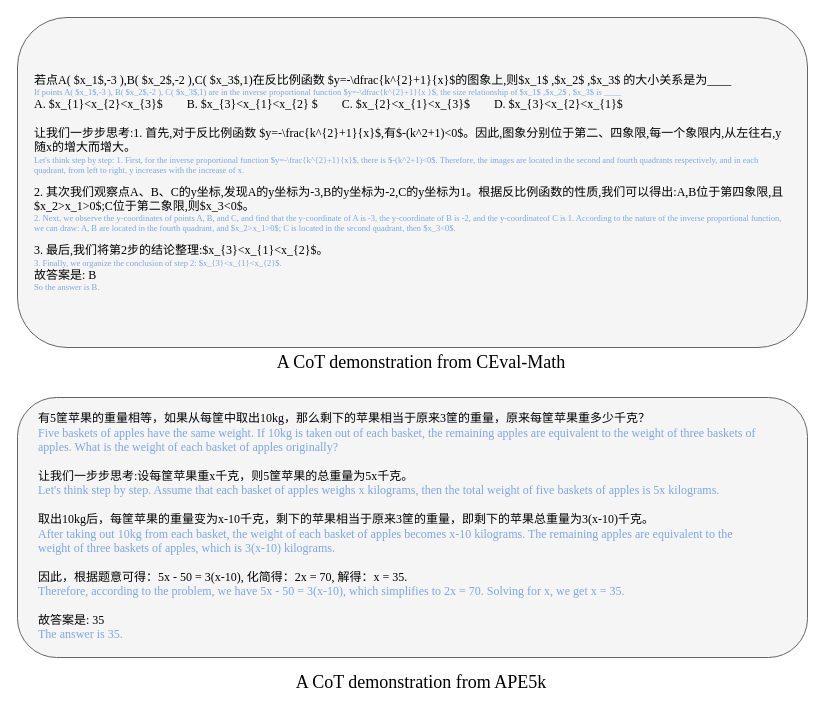
This is cot_demo.drawio from ZhangHammer/ZhangHammer, a draw.io file, before an edit. Source tidied: cells renumbered, new cells numbered last; positions are measured from the earlier drawing's top-left corner, leaving out a move shared by most shapes. Both pictures are drawn from the tidied source at 100%, with x=0, y=0 at pixel (17, 17).
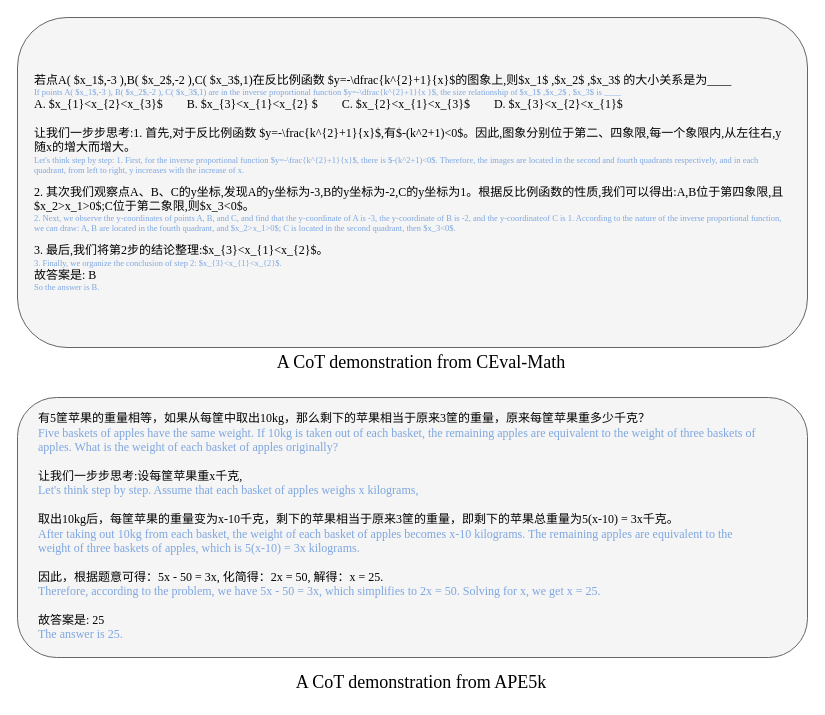
The same page after the edit.

What changed in the source:
```diff
@@
 <mxGraphModel>
   <root>
     <mxCell id="0" />
     <mxCell id="1" parent="0" />
     <mxCell id="2" style="rounded=1;whiteSpace=wrap;html=1;fillColor=#f5f5f5;fontColor=#333333;strokeColor=#666666;" parent="1" vertex="1">
       <mxGeometry width="790" height="330" as="geometry" />
     </mxCell>
     <mxCell id="3" value="&lt;font face=&quot;Times New Roman&quot;&gt;若点A( $x_1$,-3 ),B( $x_2$,-2 ),C( $x_3$,1)在反比例函数 $y=-\dfrac{k^{2}+1}{x}$的图象上,则$x_1$ ,$x_2$ ,$x_3$ 的大小关系是为____&lt;/font&gt;&lt;p style=&quot;margin: 0px; font-variant-numeric: normal; font-variant-east-asian: normal; font-variant-alternates: normal; font-kerning: auto; font-optical-sizing: auto; font-feature-settings: normal; font-variation-settings: normal; font-stretch: normal; font-size: 8.5px; line-height: normal; color: rgb(126, 167, 225);&quot; class=&quot;p2&quot;&gt;&lt;font face=&quot;Times New Roman&quot;&gt;If points A( $x_1$,-3 ), B( $x_2$,-2 ), C( $x_3$,1) are in the inverse proportional function $y=-\dfrac{k^{2}+1}{x }$, the size relationship of $x_1$ ,&lt;span style=&quot;background-color: initial;&quot;&gt;$x_2$ , $x_3$ is ____&lt;/span&gt;&lt;/font&gt;&lt;/p&gt;&lt;font face=&quot;Times New Roman&quot;&gt;A. $x_{1}&amp;lt;x_{2}&amp;lt;x_{3}$&amp;nbsp; &amp;nbsp; &amp;nbsp; &amp;nbsp; B. $x_{3}&amp;lt;x_{1}&amp;lt;x_{2} $&amp;nbsp; &amp;nbsp; &amp;nbsp; &amp;nbsp; C. $x_{2}&amp;lt;x_{1}&amp;lt;x_{3}$&amp;nbsp; &amp;nbsp; &amp;nbsp; &amp;nbsp; D. $x_{3}&amp;lt;x_{2}&amp;lt;x_{1}$&lt;br&gt;&lt;br&gt;让我们一步步思考:1. 首先,对于反比例函数 $y=-\frac{k^{2}+1}{x}$,有$-(k^2+1)&amp;lt;0$。因此,图象分别位于第二、四象限,每一个象限内,从左往右,y随x的增大而增大。&lt;/font&gt;&lt;p style=&quot;margin: 0px; font-variant-numeric: normal; font-variant-east-asian: normal; font-variant-alternates: normal; font-kerning: auto; font-optical-sizing: auto; font-feature-settings: normal; font-variation-settings: normal; font-stretch: normal; font-size: 8.5px; line-height: normal; color: rgb(126, 167, 225);&quot; class=&quot;p2&quot;&gt;&lt;font face=&quot;Times New Roman&quot;&gt;Let's think step by step: 1. First, for the inverse proportional function $y=-\frac{k^{2}+1}{x}$, there is $-(k^2+1)&amp;lt;0$. Therefore, the images are located&amp;nbsp;&lt;span style=&quot;background-color: initial;&quot;&gt;in the second and fourth quadrants respectively, and in each quadrant, from left to right, y increases with the increase of x.&lt;/span&gt;&lt;/font&gt;&lt;/p&gt;&lt;p style=&quot;margin: 0px; font-variant-numeric: normal; font-variant-east-asian: normal; font-variant-alternates: normal; font-kerning: auto; font-optical-sizing: auto; font-feature-settings: normal; font-variation-settings: normal; font-stretch: normal; font-size: 8.5px; line-height: normal; color: rgb(126, 167, 225);&quot; class=&quot;p2&quot;&gt;&lt;span style=&quot;background-color: initial;&quot;&gt;&lt;font face=&quot;Times New Roman&quot;&gt;&lt;br&gt;&lt;/font&gt;&lt;/span&gt;&lt;/p&gt;&lt;font face=&quot;Times New Roman&quot;&gt;2. 其次我们观察点A、B、C的y坐标,发现A的y坐标为-3,B的y坐标为-2,C的y坐标为1。根据反比例函数的性质,我们可以得出:A,B位于第四象限,且&lt;br&gt;$x_2&amp;gt;x_1&amp;gt;0$;C位于第二象限,则$x_3&amp;lt;0$。&lt;/font&gt;&lt;p style=&quot;margin: 0px; font-variant-numeric: normal; font-variant-east-asian: normal; font-variant-alternates: normal; font-kerning: auto; font-optical-sizing: auto; font-feature-settings: normal; font-variation-settings: normal; font-stretch: normal; font-size: 8.5px; line-height: normal; color: rgb(126, 167, 225);&quot; class=&quot;p2&quot;&gt;&lt;font face=&quot;Times New Roman&quot;&gt;2. Next, we observe the y-coordinates of points A, B, and C, and find that the y-coordinate of A is -3, the y-coordinate of B is -2, and the y-coordinate&lt;span style=&quot;background-color: initial;&quot;&gt;of C is 1. According to the nature of the inverse proportional function, we can draw: A, B are located in the fourth quadrant, and $x_2&amp;gt;x_1&amp;gt;0$; C is&amp;nbsp;&lt;/span&gt;&lt;span style=&quot;background-color: initial;&quot;&gt;located in the second quadrant, then $x_3&amp;lt;0$.&lt;/span&gt;&lt;/font&gt;&lt;/p&gt;&lt;p style=&quot;margin: 0px; font-variant-numeric: normal; font-variant-east-asian: normal; font-variant-alternates: normal; font-kerning: auto; font-optical-sizing: auto; font-feature-settings: normal; font-variation-settings: normal; font-stretch: normal; font-size: 8.5px; line-height: normal; color: rgb(126, 167, 225);&quot; class=&quot;p2&quot;&gt;&lt;span style=&quot;background-color: initial;&quot;&gt;&lt;font face=&quot;Times New Roman&quot;&gt;&lt;br&gt;&lt;/font&gt;&lt;/span&gt;&lt;/p&gt;&lt;font face=&quot;Times New Roman&quot;&gt;3. 最后,我们将第2步的结论整理:$x_{3}&amp;lt;x_{1}&amp;lt;x_{2}$。&lt;/font&gt;&lt;p style=&quot;margin: 0px; font-variant-numeric: normal; font-variant-east-asian: normal; font-variant-alternates: normal; font-kerning: auto; font-optical-sizing: auto; font-feature-settings: normal; font-variation-settings: normal; font-stretch: normal; font-size: 8.5px; line-height: normal; color: rgb(126, 167, 225);&quot; class=&quot;p2&quot;&gt;&lt;font face=&quot;Times New Roman&quot;&gt;3. Finally, we organize the conclusion of step 2: $x_{3}&amp;lt;x_{1}&amp;lt;x_{2}$.&lt;/font&gt;&lt;/p&gt;&lt;font face=&quot;Times New Roman&quot;&gt;故答案是: B&lt;/font&gt;&lt;p style=&quot;margin: 0px; font-variant-numeric: normal; font-variant-east-asian: normal; font-variant-alternates: normal; font-kerning: auto; font-optical-sizing: auto; font-feature-settings: normal; font-variation-settings: normal; font-stretch: normal; font-size: 8.5px; line-height: normal; color: rgb(126, 167, 225);&quot; class=&quot;p2&quot;&gt;&lt;font face=&quot;Times New Roman&quot;&gt;So the answer is B.&lt;/font&gt;&lt;/p&gt;" style="text;html=1;strokeColor=none;fillColor=none;align=left;verticalAlign=middle;whiteSpace=wrap;rounded=0;" parent="1" vertex="1">
       <mxGeometry x="15" y="15" width="760" height="300" as="geometry" />
     </mxCell>
     <mxCell id="4" value="&lt;font face=&quot;Times New Roman&quot; style=&quot;font-size: 18px;&quot;&gt;A CoT demonstration from CEval-Math&lt;/font&gt;" style="text;html=1;strokeColor=none;fillColor=none;align=center;verticalAlign=middle;whiteSpace=wrap;rounded=0;" parent="1" vertex="1">
       <mxGeometry x="249" y="330" width="310" height="30" as="geometry" />
     </mxCell>
     <mxCell id="5" style="rounded=1;whiteSpace=wrap;html=1;fillColor=#f5f5f5;fontColor=#333333;strokeColor=#666666;" parent="1" vertex="1">
       <mxGeometry y="380" width="790" height="260" as="geometry" />
     </mxCell>
-    <mxCell id="6" value="&lt;div style=&quot;text-align: left;&quot;&gt;&lt;span style=&quot;background-color: initial;&quot;&gt;&lt;font face=&quot;Times New Roman&quot;&gt;有5筐苹果的重量相等，如果从每筐中取出10kg，那么剩下的苹果相当于原来3筐的重量，原来每筐苹果重多少千克？&lt;/font&gt;&lt;/span&gt;&lt;/div&gt;&lt;div style=&quot;text-align: left;&quot;&gt;&lt;span style=&quot;background-color: initial;&quot;&gt;&lt;font face=&quot;Times New Roman&quot; color=&quot;#7ea6e0&quot;&gt;Five baskets of apples have the same weight. If 10kg is taken out of each basket, the remaining apples are equivalent to the weight of three baskets of apples. What is the weight of each basket of apples originally?&lt;/font&gt;&lt;/span&gt;&lt;/div&gt;&lt;div style=&quot;text-align: left;&quot;&gt;&lt;span style=&quot;background-color: initial;&quot;&gt;&lt;font face=&quot;Times New Roman&quot;&gt;&lt;br&gt;&lt;/font&gt;&lt;/span&gt;&lt;/div&gt;&lt;div style=&quot;text-align: left;&quot;&gt;&lt;font face=&quot;Times New Roman&quot;&gt;&lt;span style=&quot;background-color: initial;&quot;&gt;让我们一步步思考:&lt;/span&gt;&lt;span style=&quot;background-color: initial;&quot;&gt;设每筐苹果重x千克，则5筐苹果的总重量为5x千克。&lt;/span&gt;&lt;/font&gt;&lt;/div&gt;&lt;div style=&quot;text-align: left;&quot;&gt;&lt;span style=&quot;background-color: initial;&quot;&gt;&lt;font face=&quot;Times New Roman&quot; color=&quot;#7ea6e0&quot;&gt;Let's think step by step. Assume that each basket of apples weighs x kilograms, then the total weight of five baskets of apples is 5x kilograms.&lt;/font&gt;&lt;/span&gt;&lt;/div&gt;&lt;div style=&quot;text-align: left;&quot;&gt;&lt;span style=&quot;background-color: initial;&quot;&gt;&lt;font face=&quot;Times New Roman&quot;&gt;&lt;br&gt;&lt;/font&gt;&lt;/span&gt;&lt;/div&gt;&lt;div style=&quot;text-align: left;&quot;&gt;&lt;span style=&quot;background-color: initial;&quot;&gt;&lt;font face=&quot;Times New Roman&quot;&gt;取出10kg后，每筐苹果的重量变为x-10千克，剩下的苹果相当于原来3筐的重量，即剩下的苹果总重量为3(x-10)千克。&lt;/font&gt;&lt;/span&gt;&lt;/div&gt;&lt;div style=&quot;text-align: left;&quot;&gt;&lt;span style=&quot;background-color: initial;&quot;&gt;&lt;font face=&quot;Times New Roman&quot; color=&quot;#7ea6e0&quot;&gt;After taking out 10kg from each basket, the weight of each basket of apples becomes x-10 kilograms. The remaining apples are equivalent to the weight of three baskets of apples, which is 3(x-10) kilograms.&lt;/font&gt;&lt;/span&gt;&lt;/div&gt;&lt;div style=&quot;text-align: left;&quot;&gt;&lt;span style=&quot;background-color: initial;&quot;&gt;&lt;font face=&quot;Times New Roman&quot;&gt;&lt;br&gt;&lt;/font&gt;&lt;/span&gt;&lt;/div&gt;&lt;div style=&quot;text-align: left;&quot;&gt;&lt;font face=&quot;Times New Roman&quot;&gt;&lt;span style=&quot;background-color: initial;&quot;&gt;因此，根据题意可得：5x - 50 = 3(x-10),&amp;nbsp;化简得：2x = 70,&amp;nbsp;&lt;/span&gt;&lt;span style=&quot;background-color: initial;&quot;&gt;解得：x = 35.&lt;/span&gt;&lt;/font&gt;&lt;/div&gt;&lt;div style=&quot;text-align: left;&quot;&gt;&lt;span style=&quot;background-color: initial;&quot;&gt;&lt;font face=&quot;Times New Roman&quot; color=&quot;#7ea6e0&quot;&gt;Therefore, according to the problem, we have 5x - 50 = 3(x-10), which simplifies to 2x = 70. Solving for x, we get x = 35.&lt;/font&gt;&lt;/span&gt;&lt;/div&gt;&lt;div style=&quot;text-align: left;&quot;&gt;&lt;span style=&quot;background-color: initial;&quot;&gt;&lt;font face=&quot;Times New Roman&quot;&gt;&lt;br&gt;&lt;/font&gt;&lt;/span&gt;&lt;/div&gt;&lt;div style=&quot;text-align: left;&quot;&gt;&lt;font face=&quot;Times New Roman&quot;&gt;&lt;span style=&quot;background-color: initial;&quot;&gt;故答案是:&amp;nbsp;&lt;/span&gt;&lt;span style=&quot;background-color: initial;&quot;&gt;35&lt;/span&gt;&lt;/font&gt;&lt;/div&gt;&lt;div style=&quot;text-align: left;&quot;&gt;&lt;span style=&quot;background-color: initial;&quot;&gt;&lt;font face=&quot;Times New Roman&quot; color=&quot;#7ea6e0&quot;&gt;The answer is 35.&lt;/font&gt;&lt;/span&gt;&lt;/div&gt;" style="text;html=1;strokeColor=none;fillColor=none;align=center;verticalAlign=middle;whiteSpace=wrap;rounded=0;" parent="1" vertex="1">
+    <mxCell id="6" value="&lt;div style=&quot;text-align: left;&quot;&gt;&lt;span style=&quot;background-color: initial;&quot;&gt;&lt;font face=&quot;Times New Roman&quot;&gt;有5筐苹果的重量相等，如果从每筐中取出10kg，那么剩下的苹果相当于原来3筐的重量，原来每筐苹果重多少千克？&lt;/font&gt;&lt;/span&gt;&lt;/div&gt;&lt;div style=&quot;text-align: left;&quot;&gt;&lt;span style=&quot;background-color: initial;&quot;&gt;&lt;font face=&quot;Times New Roman&quot; color=&quot;#7ea6e0&quot;&gt;Five baskets of apples have the same weight. If 10kg is taken out of each basket, the remaining apples are equivalent to the weight of three baskets of apples. What is the weight of each basket of apples originally?&lt;/font&gt;&lt;/span&gt;&lt;/div&gt;&lt;div style=&quot;text-align: left;&quot;&gt;&lt;span style=&quot;background-color: initial;&quot;&gt;&lt;font face=&quot;Times New Roman&quot;&gt;&lt;br&gt;&lt;/font&gt;&lt;/span&gt;&lt;/div&gt;&lt;div style=&quot;text-align: left;&quot;&gt;&lt;font face=&quot;Times New Roman&quot;&gt;&lt;span style=&quot;background-color: initial;&quot;&gt;让我们一步步思考:&lt;/span&gt;&lt;span style=&quot;background-color: initial;&quot;&gt;设每筐苹果重x千克,&lt;/span&gt;&lt;/font&gt;&lt;/div&gt;&lt;div style=&quot;text-align: left;&quot;&gt;&lt;span style=&quot;background-color: initial;&quot;&gt;&lt;font face=&quot;Times New Roman&quot; color=&quot;#7ea6e0&quot;&gt;Let's think step by step. Assume that each basket of apples weighs x kilograms,&lt;/font&gt;&lt;/span&gt;&lt;/div&gt;&lt;div style=&quot;text-align: left;&quot;&gt;&lt;span style=&quot;background-color: initial;&quot;&gt;&lt;font face=&quot;Times New Roman&quot;&gt;&lt;br&gt;&lt;/font&gt;&lt;/span&gt;&lt;/div&gt;&lt;div style=&quot;text-align: left;&quot;&gt;&lt;span style=&quot;background-color: initial;&quot;&gt;&lt;font face=&quot;Times New Roman&quot;&gt;取出10kg后，每筐苹果的重量变为x-10千克，剩下的苹果相当于原来3筐的重量，即剩下的苹果总重量为5(x-10) = 3x千克。&lt;/font&gt;&lt;/span&gt;&lt;/div&gt;&lt;div style=&quot;text-align: left;&quot;&gt;&lt;span style=&quot;background-color: initial;&quot;&gt;&lt;font face=&quot;Times New Roman&quot; color=&quot;#7ea6e0&quot;&gt;After taking out 10kg from each basket, the weight of each basket of apples becomes x-10 kilograms. The remaining apples are equivalent to the weight of three baskets of apples, which is 5(x-10) = 3x kilograms.&lt;/font&gt;&lt;/span&gt;&lt;/div&gt;&lt;div style=&quot;text-align: left;&quot;&gt;&lt;span style=&quot;background-color: initial;&quot;&gt;&lt;font face=&quot;Times New Roman&quot;&gt;&lt;br&gt;&lt;/font&gt;&lt;/span&gt;&lt;/div&gt;&lt;div style=&quot;text-align: left;&quot;&gt;&lt;font face=&quot;Times New Roman&quot;&gt;&lt;span style=&quot;background-color: initial;&quot;&gt;因此，根据题意可得：5x - 50 = 3x,&amp;nbsp;化简得：2x = 50,&amp;nbsp;&lt;/span&gt;&lt;span style=&quot;background-color: initial;&quot;&gt;解得：x = 25.&lt;/span&gt;&lt;/font&gt;&lt;/div&gt;&lt;div style=&quot;text-align: left;&quot;&gt;&lt;span style=&quot;background-color: initial;&quot;&gt;&lt;font face=&quot;Times New Roman&quot; color=&quot;#7ea6e0&quot;&gt;Therefore, according to the problem, we have 5x - 50 = 3x, which simplifies to 2x = 50. Solving for x, we get x = 25.&lt;/font&gt;&lt;/span&gt;&lt;/div&gt;&lt;div style=&quot;text-align: left;&quot;&gt;&lt;span style=&quot;background-color: initial;&quot;&gt;&lt;font face=&quot;Times New Roman&quot;&gt;&lt;br&gt;&lt;/font&gt;&lt;/span&gt;&lt;/div&gt;&lt;div style=&quot;text-align: left;&quot;&gt;&lt;font face=&quot;Times New Roman&quot;&gt;&lt;span style=&quot;background-color: initial;&quot;&gt;故答案是: 25&lt;/span&gt;&lt;/font&gt;&lt;/div&gt;&lt;div style=&quot;text-align: left;&quot;&gt;&lt;span style=&quot;background-color: initial;&quot;&gt;&lt;font face=&quot;Times New Roman&quot; color=&quot;#7ea6e0&quot;&gt;The answer is 25.&lt;/font&gt;&lt;/span&gt;&lt;/div&gt;" style="text;html=1;strokeColor=none;fillColor=none;align=center;verticalAlign=middle;whiteSpace=wrap;rounded=0;" parent="1" vertex="1">
       <mxGeometry x="20" y="380" width="730" height="257" as="geometry" />
     </mxCell>
     <mxCell id="7" value="&lt;font face=&quot;Times New Roman&quot; style=&quot;font-size: 18px;&quot;&gt;A CoT demonstration from APE5k&lt;/font&gt;" style="text;html=1;strokeColor=none;fillColor=none;align=center;verticalAlign=middle;whiteSpace=wrap;rounded=0;" parent="1" vertex="1">
       <mxGeometry x="249" y="650" width="310" height="30" as="geometry" />
     </mxCell>
   </root>
 </mxGraphModel>
```
